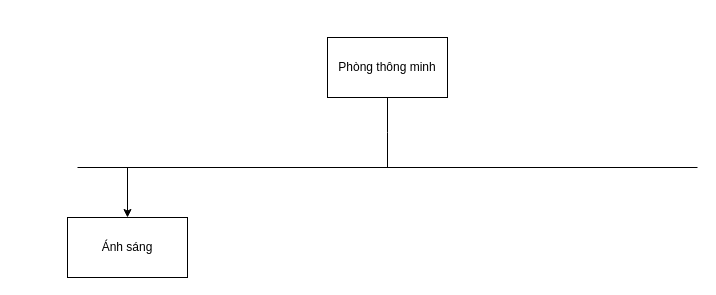
Above: CDS_1.drawio in nmduc99/Draw (draw.io), before the change. Source tidied: cells renumbered, new cells numbered last; positions are measured from the earlier drawing's top-left corner, leaving out a move shared by most shapes. Both pictures are drawn from the tidied source at 100%, with x=0, y=0 at pixel (67, 37).
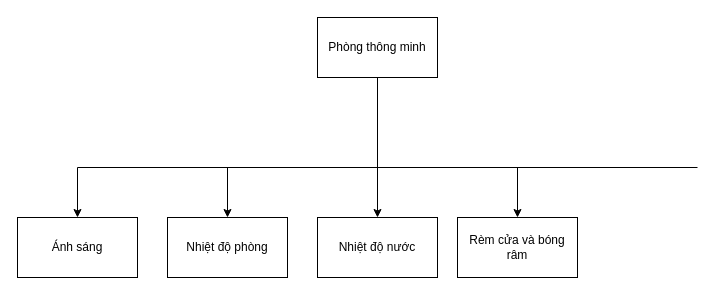
The same diagram, later.

Diff of the diagram source:
```diff
@@
 <mxGraphModel>
   <root>
     <mxCell id="0" />
     <mxCell id="1" parent="0" />
     <mxCell id="2" style="edgeStyle=orthogonalEdgeStyle;rounded=0;jettySize=auto;html=1;endArrow=none;endFill=0;" parent="1" edge="1" source="3">
       <mxGeometry relative="1" as="geometry">
         <mxPoint x="320" y="130" as="targetPoint" />
+        <Array as="points">
+          <mxPoint x="310" y="130" />
+        </Array>
       </mxGeometry>
     </mxCell>
     <mxCell id="3" value="Phòng thông minh" style="rounded=0;whiteSpace=wrap;html=1;" parent="1" vertex="1">
-      <mxGeometry x="260" width="120" height="60" as="geometry" />
+      <mxGeometry x="250" y="-20" width="120" height="60" as="geometry" />
     </mxCell>
     <mxCell id="4" style="endArrow=none;html=1;" parent="1" edge="1">
       <mxGeometry relative="1" as="geometry">
         <mxPoint x="10" y="130" as="sourcePoint" />
         <mxPoint x="630" y="130" as="targetPoint" />
       </mxGeometry>
     </mxCell>
     <mxCell id="5" style="endArrow=classic;html=1;" parent="1" edge="1">
       <mxGeometry relative="1" as="geometry">
-        <mxPoint x="60" y="130" as="sourcePoint" />
-        <mxPoint x="60" y="180" as="targetPoint" />
+        <mxPoint x="10" y="130" as="sourcePoint" />
+        <mxPoint x="10" y="180" as="targetPoint" />
       </mxGeometry>
     </mxCell>
     <mxCell id="6" value="Ánh sáng" style="rounded=0;whiteSpace=wrap;html=1;" parent="1" vertex="1">
-      <mxGeometry y="180" width="120" height="60" as="geometry" />
+      <mxGeometry x="-50" y="180" width="120" height="60" as="geometry" />
     </mxCell>
+    <mxCell id="7" style="endArrow=classic;html=1;" parent="1" edge="1">
+      <mxGeometry relative="1" as="geometry">
+        <mxPoint x="160" y="130" as="sourcePoint" />
+        <mxPoint x="160" y="180" as="targetPoint" />
+      </mxGeometry>
+    </mxCell>
+    <mxCell id="8" value="Nhiệt độ phòng" style="rounded=0;whiteSpace=wrap;html=1;" parent="1" vertex="1">
+      <mxGeometry x="100" y="180" width="120" height="60" as="geometry" />
+    </mxCell>
+    <mxCell id="9" style="endArrow=classic;html=1;" parent="1" edge="1">
+      <mxGeometry relative="1" as="geometry">
+        <mxPoint x="310" y="130" as="sourcePoint" />
+        <mxPoint x="310" y="180" as="targetPoint" />
+      </mxGeometry>
+    </mxCell>
+    <mxCell id="10" value="Nhiệt độ nước" style="rounded=0;whiteSpace=wrap;html=1;" parent="1" vertex="1">
+      <mxGeometry x="250" y="180" width="120" height="60" as="geometry" />
+    </mxCell>
+    <mxCell id="11" style="endArrow=classic;html=1;" parent="1" edge="1">
+      <mxGeometry relative="1" as="geometry">
+        <mxPoint x="450" y="130" as="sourcePoint" />
+        <mxPoint x="450" y="180" as="targetPoint" />
+      </mxGeometry>
+    </mxCell>
+    <mxCell id="12" value="Rèm cửa và bóng râm" style="rounded=0;whiteSpace=wrap;html=1;" parent="1" vertex="1">
+      <mxGeometry x="390" y="180" width="120" height="60" as="geometry" />
+    </mxCell>
   </root>
 </mxGraphModel>
```
